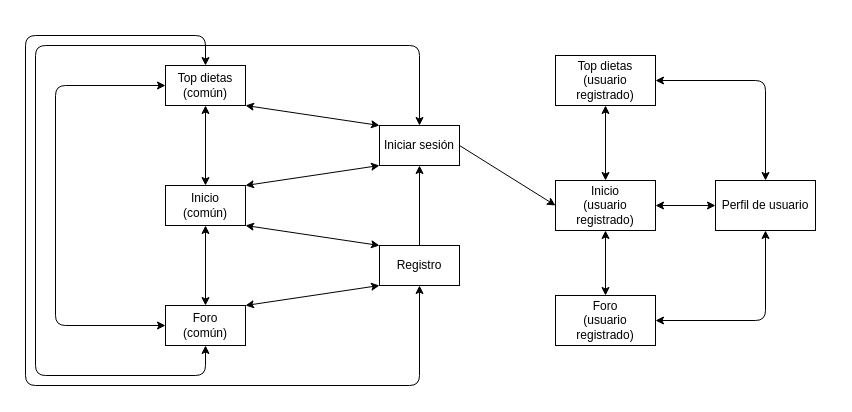
This is Untitled Diagram.drawio from HylianPablo/SSW2020, a draw.io file, before an edit. Source tidied: cells renumbered, new cells numbered last; positions are measured from the earlier drawing's top-left corner, leaving out a move shared by most shapes. Both pictures are drawn from the tidied source at 100%, with x=0, y=0 at pixel (25, 35).
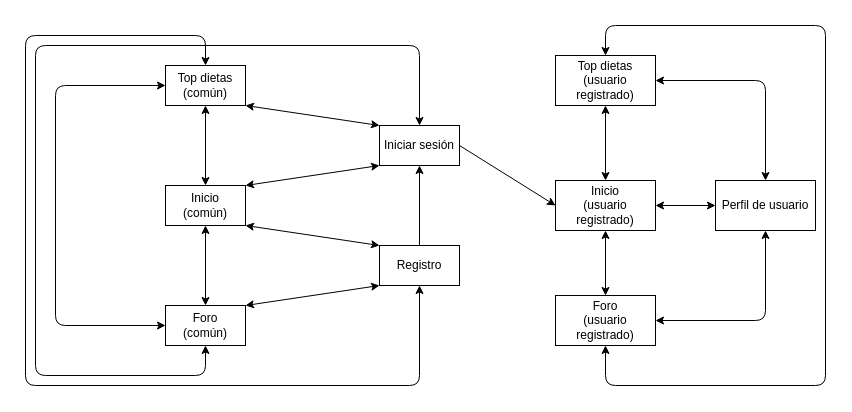
Above is the later version.

Commit message:
Diagrama web mejorado

Unchanged cells that the change refers to:
```xml
<mxCell id="18" value="Foro&lt;br&gt;(usuario registrado)" style="rounded=0;whiteSpace=wrap;html=1;" parent="1" vertex="1">
  <mxGeometry x="530" y="260" width="100" height="50" as="geometry" />
</mxCell>
<mxCell id="19" value="Top dietas&lt;br&gt;(usuario registrado)" style="rounded=0;whiteSpace=wrap;html=1;" parent="1" vertex="1">
  <mxGeometry x="530" y="20" width="100" height="50" as="geometry" />
</mxCell>
```

Change to the diagram source:
```diff
@@
+    <mxCell id="27" style="endArrow=classic;startArrow=classic;html=1;exitX=0.5;exitY=0;exitDx=0;exitDy=0;entryX=0.5;entryY=1;entryDx=0;entryDy=0;" parent="1" edge="1" source="19" target="18">
+      <mxGeometry relative="1" as="geometry">
+        <Array as="points">
+          <mxPoint x="580" y="-10" />
+          <mxPoint x="800" y="-10" />
+          <mxPoint x="800" y="350" />
+          <mxPoint x="580" y="350" />
+        </Array>
+      </mxGeometry>
+    </mxCell>
```
